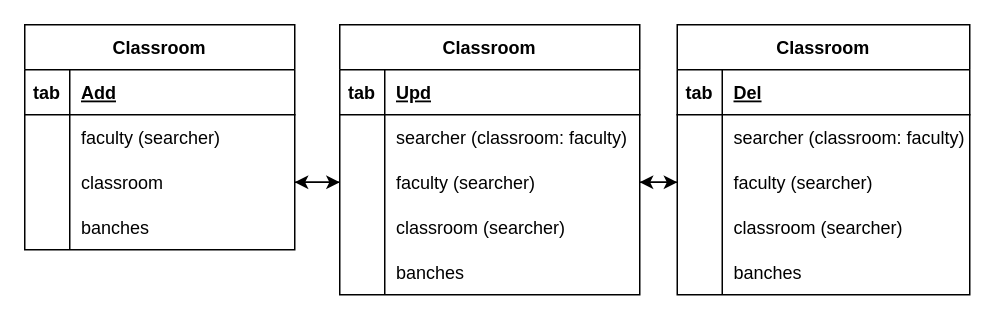
This is page "Classroom" (5 of 6) of Rectory.drawio from miguelrang/InscripcionHorarioSIASE-UANL-SIMULACION-2.0, a draw.io file, before an edit. Source tidied: cells renumbered, new cells numbered last; positions are measured from the earlier drawing's top-left corner, leaving out a move shared by most shapes. Both pictures are drawn from the tidied source at 150%, with x=0, y=0 at pixel (24, 24).
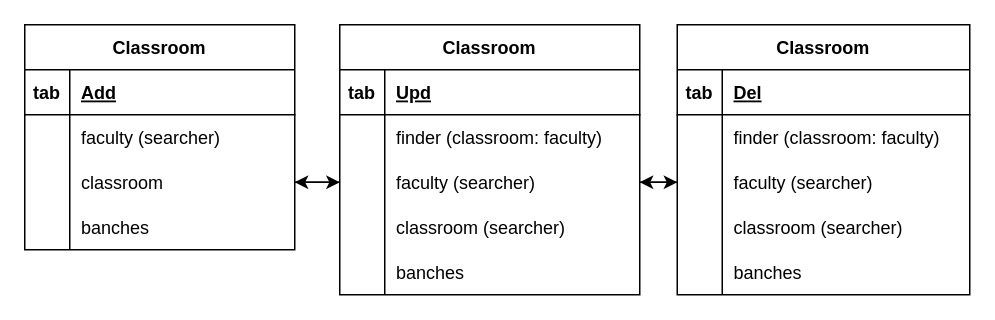
After the change.

The change refers to these unchanged cells:
```xml
<mxCell id="19" style="shape=tableRow;horizontal=0;startSize=0;swimlaneHead=0;swimlaneBody=0;fillColor=none;top=0;left=0;right=0;bottom=0;" parent="15" vertex="1">
  <mxGeometry y="60" width="200" height="30" as="geometry" />
</mxCell>
<mxCell id="35" style="shape=tableRow;horizontal=0;startSize=0;swimlaneHead=0;swimlaneBody=0;fillColor=none;top=0;left=0;right=0;bottom=0;" parent="31" vertex="1">
  <mxGeometry y="60" width="195" height="30" as="geometry" />
</mxCell>
```

What changed in the source:
```diff
@@
-    <mxCell id="21" value="searcher (classroom: faculty)" style="shape=partialRectangle;fillColor=none;top=0;left=0;bottom=0;right=0;align=left;spacingLeft=6;overflow=hidden;" parent="19" vertex="1">
+    <mxCell id="21" value="finder (classroom: faculty)" style="shape=partialRectangle;fillColor=none;top=0;left=0;bottom=0;right=0;align=left;spacingLeft=6;overflow=hidden;" parent="19" vertex="1">
       <mxGeometry x="30" width="170" height="30" as="geometry" />
     </mxCell>
@@
-    <mxCell id="37" value="searcher (classroom: faculty)" style="shape=partialRectangle;fillColor=none;top=0;left=0;bottom=0;right=0;align=left;spacingLeft=6;overflow=hidden;" parent="35" vertex="1">
+    <mxCell id="37" value="finder (classroom: faculty)" style="shape=partialRectangle;fillColor=none;top=0;left=0;bottom=0;right=0;align=left;spacingLeft=6;overflow=hidden;" parent="35" vertex="1">
       <mxGeometry x="30" width="165" height="30" as="geometry" />
     </mxCell>
```
